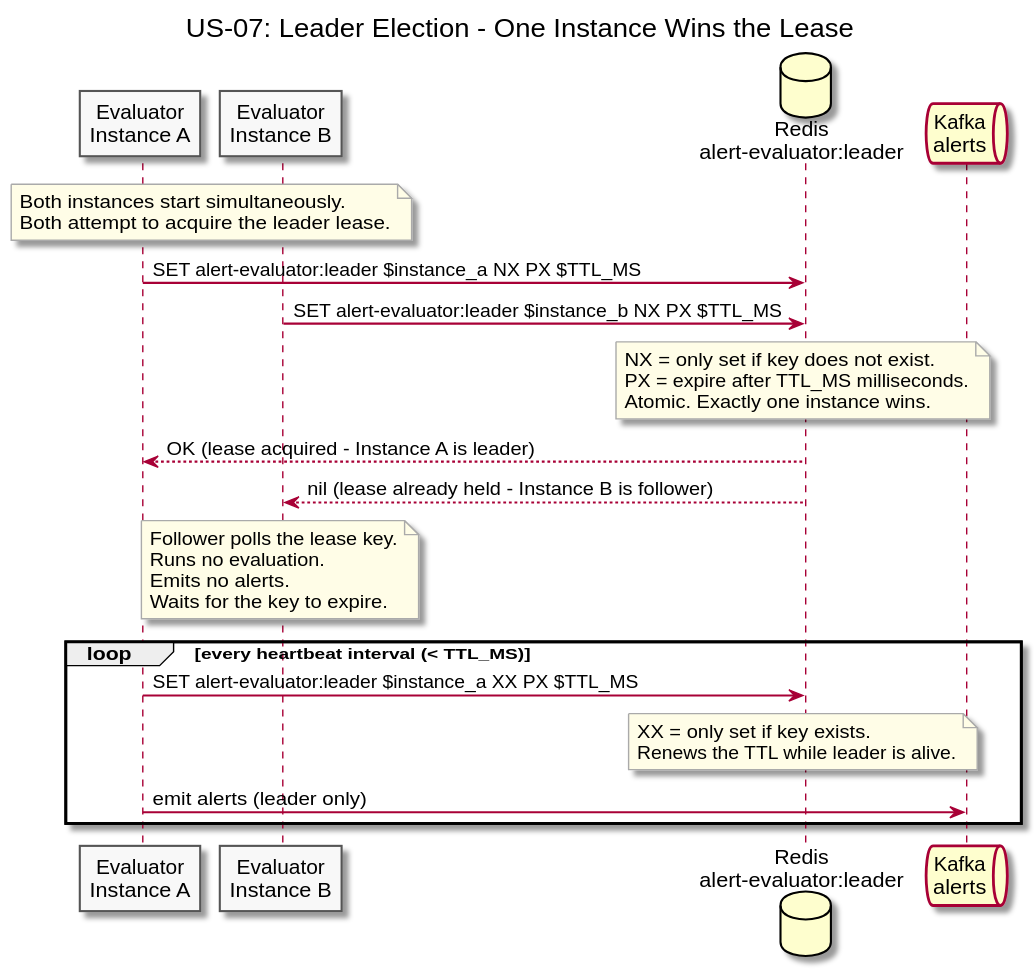
Earlier version of the PlantUML export diagrams/docs/use-cases/US-07-duplicate-free-alerts/leader-election.svg (Buffden/sentinel).
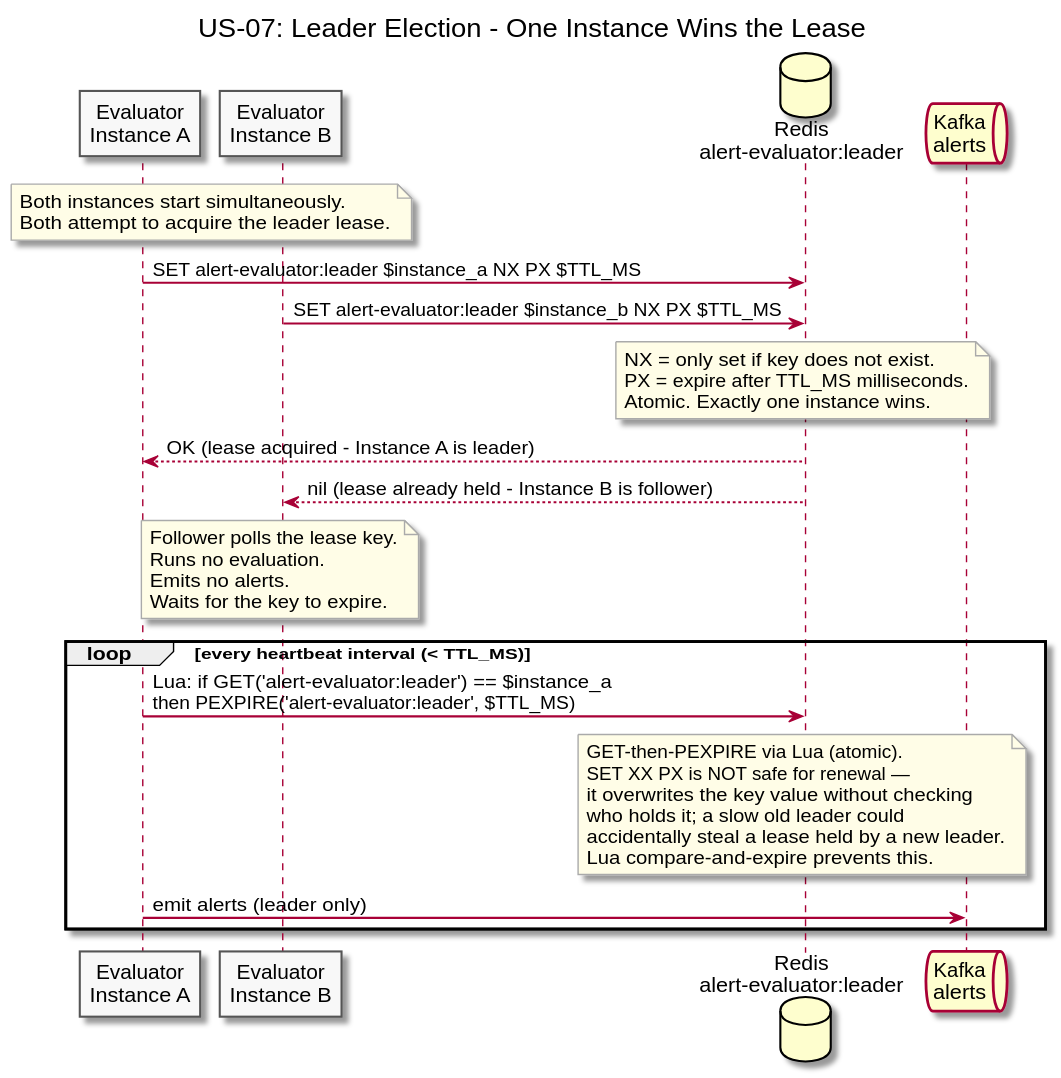
After the commit.

Diff of the diagram source:
```diff
@@ -37,10 +37,14 @@
 end note
 
 loop every heartbeat interval (< TTL_MS)
-  A -> Redis : SET alert-evaluator:leader $instance_a XX PX $TTL_MS
+  A -> Redis : Lua: if GET('alert-evaluator:leader') == $instance_a\nthen PEXPIRE('alert-evaluator:leader', $TTL_MS)
   note over Redis
-    XX = only set if key exists.
-    Renews the TTL while leader is alive.
+    GET-then-PEXPIRE via Lua (atomic).
+    SET XX PX is NOT safe for renewal —
+    it overwrites the key value without checking
+    who holds it; a slow old leader could
+    accidentally steal a lease held by a new leader.
+    Lua compare-and-expire prevents this.
   end note
   A -> Kafka : emit alerts (leader only)
 end
```
